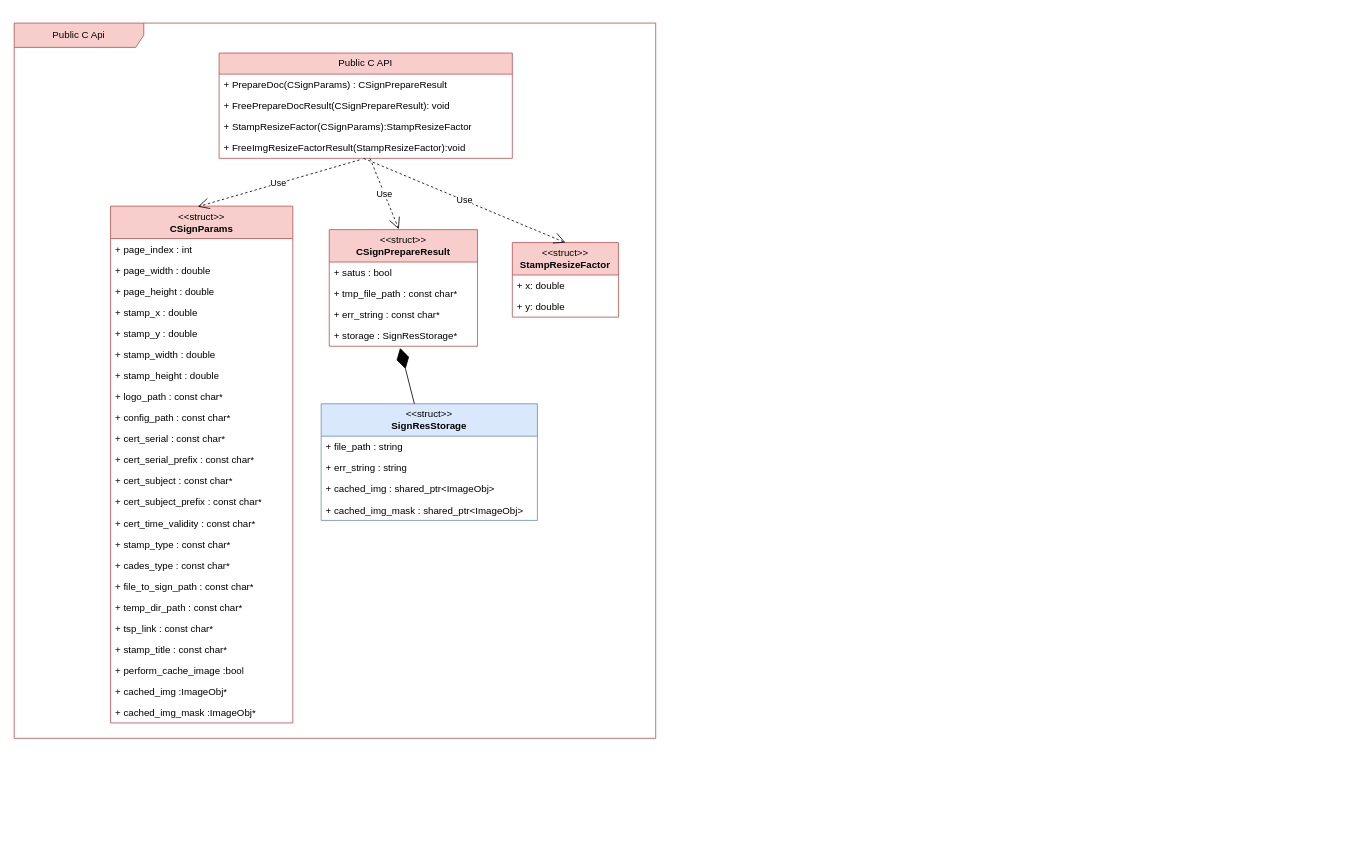
Before: page "PDF Public API" (15 of 17) of basic_struct_draft.drawio in 3036662/pdf_scp, a draw.io diagram. Source tidied: cells renumbered, new cells numbered last; positions are measured from the earlier drawing's top-left corner, leaving out a move shared by most shapes. Both pictures are drawn from the tidied source at 81%, with x=0, y=0 at pixel (14, 23).
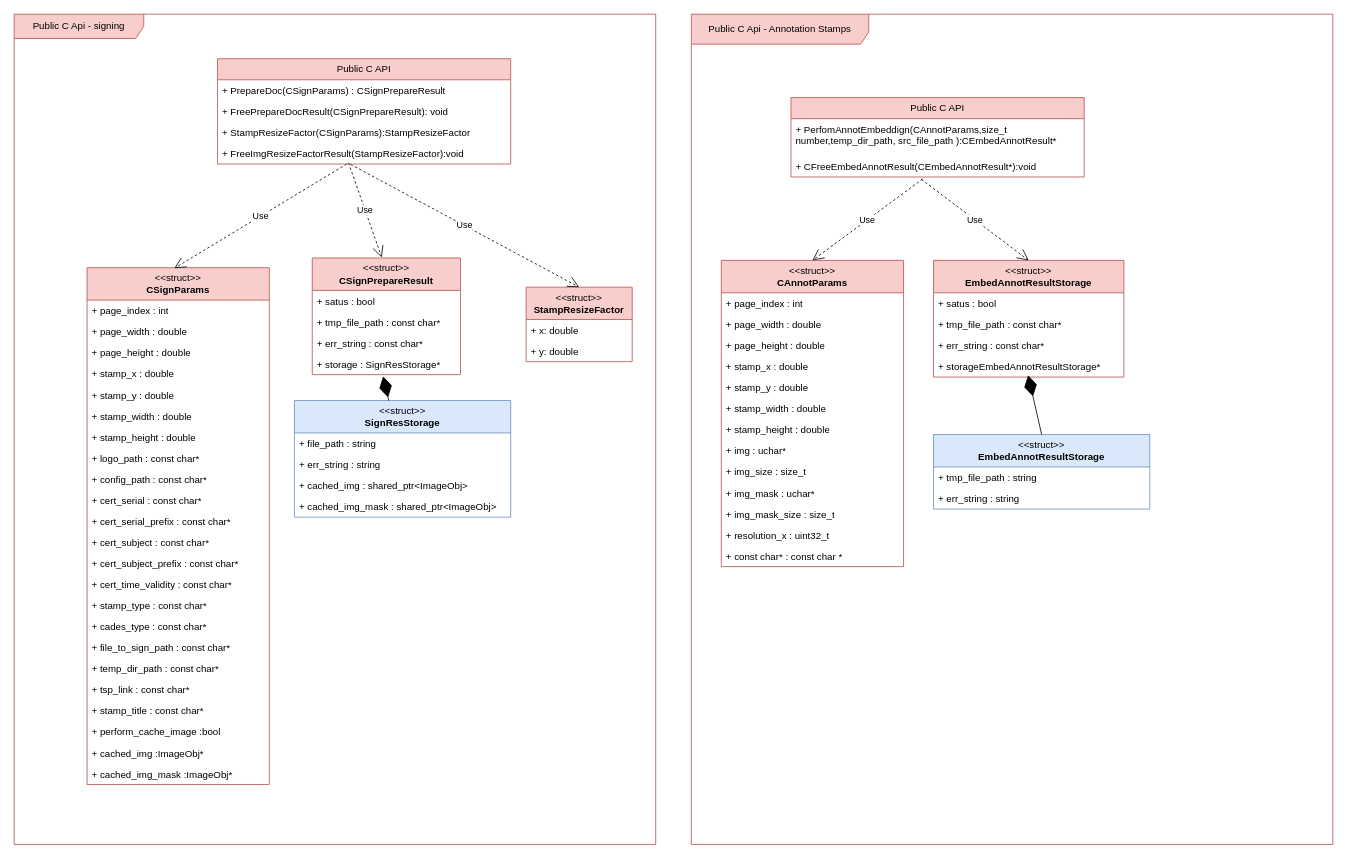
Above is the later version.

Unchanged cells that the change refers to:
```xml
<mxCell id="7" value="+ FreeImgResizeFactorResult(StampResizeFactor):void" style="text;strokeColor=none;fillColor=none;align=left;verticalAlign=top;spacingLeft=4;spacingRight=4;overflow=hidden;points=[[0,0.5],[1,0.5]];portConstraint=eastwest;whiteSpace=wrap;html=1;" parent="3" vertex="1">
  <mxGeometry y="104" width="362" height="26" as="geometry" />
</mxCell>
<mxCell id="36" value="+ storage : SignResStorage*" style="text;strokeColor=none;fillColor=none;align=left;verticalAlign=top;spacingLeft=4;spacingRight=4;overflow=hidden;points=[[0,0.5],[1,0.5]];portConstraint=eastwest;whiteSpace=wrap;html=1;" parent="32" vertex="1">
  <mxGeometry y="118" width="183" height="26" as="geometry" />
</mxCell>
```

Change to the diagram source:
```diff
@@
+    <mxCell id="49" style="group;" parent="1" vertex="1">
+      <mxGeometry y="-11" width="792" height="1025" as="geometry" />
+    </mxCell>
-    <mxCell id="2" value="Public C Api" style="shape=umlFrame;whiteSpace=wrap;html=1;width=160;fillColor=#f8cecc;strokeColor=#b85450;" parent="1" vertex="1">
-      <mxGeometry width="792" height="883" as="geometry" />
+    <mxCell id="2" value="Public C Api - signing" style="shape=umlFrame;whiteSpace=wrap;html=1;width=160;fillColor=#f8cecc;strokeColor=#b85450;" parent="49" vertex="1">
+      <mxGeometry width="792" height="1025" as="geometry" />
     </mxCell>
-    <mxCell id="3" value="Public C API" style="swimlane;fontStyle=0;horizontal=1;startSize=26;fillColor=#f8cecc;whiteSpace=wrap;html=1;strokeColor=#b85450;" parent="2" vertex="1">
-      <mxGeometry x="253" y="37" width="362" height="130" as="geometry" />
+    <mxCell id="3" value="Public C API" style="swimlane;fontStyle=0;horizontal=1;startSize=26;fillColor=#f8cecc;whiteSpace=wrap;html=1;strokeColor=#b85450;" parent="49" vertex="1">
+      <mxGeometry x="251" y="55" width="362" height="130" as="geometry" />
     </mxCell>
@@
-    <mxCell id="8" value="&lt;div&gt;&amp;lt;&amp;lt;struct&amp;gt;&amp;gt;&lt;b&gt;&lt;br&gt;&lt;/b&gt;&lt;/div&gt;&lt;div&gt;&lt;b&gt;CSignParams&lt;/b&gt;&lt;/div&gt;" style="swimlane;fontStyle=0;horizontal=1;startSize=40;fillColor=#f8cecc;whiteSpace=wrap;html=1;strokeColor=#b85450;" parent="2" vertex="1">
-      <mxGeometry x="119" y="226" width="225" height="638" as="geometry" />
+    <mxCell id="8" value="&lt;div&gt;&amp;lt;&amp;lt;struct&amp;gt;&amp;gt;&lt;b&gt;&lt;br&gt;&lt;/b&gt;&lt;/div&gt;&lt;div&gt;&lt;b&gt;CSignParams&lt;/b&gt;&lt;/div&gt;" style="swimlane;fontStyle=0;horizontal=1;startSize=40;fillColor=#f8cecc;whiteSpace=wrap;html=1;strokeColor=#b85450;" parent="49" vertex="1">
+      <mxGeometry x="90" y="313" width="225" height="638" as="geometry" />
     </mxCell>
@@
-    <mxCell id="32" value="&lt;div&gt;&amp;lt;&amp;lt;struct&amp;gt;&amp;gt;&lt;b&gt;&lt;br&gt;&lt;/b&gt;&lt;/div&gt;&lt;div&gt;&lt;b&gt;CSignPrepareResult&lt;/b&gt;&lt;/div&gt;" style="swimlane;fontStyle=0;horizontal=1;startSize=40;fillColor=#f8cecc;whiteSpace=wrap;html=1;strokeColor=#b85450;" parent="2" vertex="1">
-      <mxGeometry x="389" y="255" width="183" height="144" as="geometry" />
+    <mxCell id="32" value="&lt;div&gt;&amp;lt;&amp;lt;struct&amp;gt;&amp;gt;&lt;b&gt;&lt;br&gt;&lt;/b&gt;&lt;/div&gt;&lt;div&gt;&lt;b&gt;CSignPrepareResult&lt;/b&gt;&lt;/div&gt;" style="swimlane;fontStyle=0;horizontal=1;startSize=40;fillColor=#f8cecc;whiteSpace=wrap;html=1;strokeColor=#b85450;" parent="49" vertex="1">
+      <mxGeometry x="368" y="301" width="183" height="144" as="geometry" />
     </mxCell>
@@
-    <mxCell id="37" value="&lt;div&gt;&amp;lt;&amp;lt;struct&amp;gt;&amp;gt;&lt;b&gt;&lt;br&gt;&lt;/b&gt;&lt;/div&gt;&lt;div&gt;&lt;b&gt;SignResStorage&lt;/b&gt;&lt;/div&gt;" style="swimlane;fontStyle=0;horizontal=1;startSize=40;fillColor=#dae8fc;whiteSpace=wrap;html=1;strokeColor=#6c8ebf;" parent="2" vertex="1">
-      <mxGeometry x="379" y="470" width="267" height="144" as="geometry" />
+    <mxCell id="37" value="&lt;div&gt;&amp;lt;&amp;lt;struct&amp;gt;&amp;gt;&lt;b&gt;&lt;br&gt;&lt;/b&gt;&lt;/div&gt;&lt;div&gt;&lt;b&gt;SignResStorage&lt;/b&gt;&lt;/div&gt;" style="swimlane;fontStyle=0;horizontal=1;startSize=40;fillColor=#dae8fc;whiteSpace=wrap;html=1;strokeColor=#6c8ebf;" parent="49" vertex="1">
+      <mxGeometry x="346" y="477" width="267" height="144" as="geometry" />
     </mxCell>
@@
-    <mxCell id="42" style="endArrow=diamondThin;endFill=1;endSize=24;html=1;rounded=0;entryX=0.478;entryY=1.079;entryDx=0;entryDy=0;entryPerimeter=0;" parent="2" edge="1" source="37" target="36">
+    <mxCell id="42" style="endArrow=diamondThin;endFill=1;endSize=24;html=1;rounded=0;entryX=0.478;entryY=1.079;entryDx=0;entryDy=0;entryPerimeter=0;" parent="49" edge="1" source="37" target="36">
       <mxGeometry relative="1" as="geometry" />
     </mxCell>
-    <mxCell id="43" value="&lt;div&gt;&amp;lt;&amp;lt;struct&amp;gt;&amp;gt;&lt;b&gt;&lt;br&gt;&lt;/b&gt;&lt;/div&gt;&lt;div&gt;&lt;b&gt;StampResizeFactor&lt;/b&gt;&lt;/div&gt;" style="swimlane;fontStyle=0;horizontal=1;startSize=40;fillColor=#f8cecc;whiteSpace=wrap;html=1;strokeColor=#b85450;" parent="2" vertex="1">
-      <mxGeometry x="615" y="271" width="131" height="92" as="geometry" />
+    <mxCell id="43" value="&lt;div&gt;&amp;lt;&amp;lt;struct&amp;gt;&amp;gt;&lt;b&gt;&lt;br&gt;&lt;/b&gt;&lt;/div&gt;&lt;div&gt;&lt;b&gt;StampResizeFactor&lt;/b&gt;&lt;/div&gt;" style="swimlane;fontStyle=0;horizontal=1;startSize=40;fillColor=#f8cecc;whiteSpace=wrap;html=1;strokeColor=#b85450;" parent="49" vertex="1">
+      <mxGeometry x="632" y="337" width="131" height="92" as="geometry" />
     </mxCell>
@@
-    <mxCell id="46" value="Use" style="endArrow=open;endSize=12;dashed=1;html=1;rounded=0;exitX=0.479;exitY=1.073;exitDx=0;exitDy=0;exitPerimeter=0;entryX=0.479;entryY=0.001;entryDx=0;entryDy=0;entryPerimeter=0;" parent="2" edge="1" source="7" target="8">
+    <mxCell id="46" value="Use" style="endArrow=open;endSize=12;dashed=1;html=1;rounded=0;entryX=0.479;entryY=0.001;entryDx=0;entryDy=0;entryPerimeter=0;" parent="49" edge="1" source="7" target="8">
       <mxGeometry relative="1" as="geometry" />
     </mxCell>
-    <mxCell id="47" value="Use" style="endArrow=open;endSize=12;dashed=1;html=1;rounded=0;entryX=0.469;entryY=-0.004;entryDx=0;entryDy=0;entryPerimeter=0;" parent="2" edge="1" source="7" target="32">
+    <mxCell id="47" value="Use" style="endArrow=open;endSize=12;dashed=1;html=1;rounded=0;entryX=0.469;entryY=-0.004;entryDx=0;entryDy=0;entryPerimeter=0;exitX=0.447;exitY=0.949;exitDx=0;exitDy=0;exitPerimeter=0;" parent="49" edge="1" source="7" target="32">
       <mxGeometry relative="1" as="geometry" />
     </mxCell>
-    <mxCell id="48" value="Use" style="endArrow=open;endSize=12;dashed=1;html=1;rounded=0;exitX=0.493;exitY=1.001;exitDx=0;exitDy=0;exitPerimeter=0;entryX=0.5;entryY=0;entryDx=0;entryDy=0;" parent="2" edge="1" source="7" target="43">
+    <mxCell id="48" value="Use" style="endArrow=open;endSize=12;dashed=1;html=1;rounded=0;entryX=0.5;entryY=0;entryDx=0;entryDy=0;exitX=0.454;exitY=1.019;exitDx=0;exitDy=0;exitPerimeter=0;" parent="49" edge="1" source="7" target="43">
       <mxGeometry relative="1" as="geometry" />
     </mxCell>
+    <mxCell id="50" style="group;" parent="1" vertex="1">
+      <mxGeometry x="836" y="-11" width="792" height="1025" as="geometry" />
+    </mxCell>
+    <mxCell id="51" value="&lt;div&gt;&amp;lt;&amp;lt;struct&amp;gt;&amp;gt;&lt;b&gt;&lt;br&gt;&lt;/b&gt;&lt;/div&gt;&lt;div&gt;&lt;b&gt;CAnnotParams&lt;/b&gt;&lt;/div&gt;" style="swimlane;fontStyle=0;horizontal=1;startSize=40;fillColor=#f8cecc;whiteSpace=wrap;html=1;strokeColor=#b85450;" parent="50" vertex="1">
+      <mxGeometry x="37" y="304" width="225" height="378" as="geometry" />
+    </mxCell>
+    <mxCell id="52" value="+ page_index : int" style="text;strokeColor=none;fillColor=none;align=left;verticalAlign=top;spacingLeft=4;spacingRight=4;overflow=hidden;whiteSpace=wrap;html=1;" parent="51" vertex="1">
+      <mxGeometry y="40" width="225" height="26" as="geometry" />
+    </mxCell>
+    <mxCell id="53" value="+ page_width : double" style="text;strokeColor=none;fillColor=none;align=left;verticalAlign=top;spacingLeft=4;spacingRight=4;overflow=hidden;whiteSpace=wrap;html=1;" parent="51" vertex="1">
+      <mxGeometry y="66" width="225" height="26" as="geometry" />
+    </mxCell>
+    <mxCell id="54" value="+ page_height : double" style="text;strokeColor=none;fillColor=none;align=left;verticalAlign=top;spacingLeft=4;spacingRight=4;overflow=hidden;whiteSpace=wrap;html=1;" parent="51" vertex="1">
+      <mxGeometry y="92" width="225" height="26" as="geometry" />
+    </mxCell>
+    <mxCell id="55" value="+ stamp_x : double" style="text;strokeColor=none;fillColor=none;align=left;verticalAlign=top;spacingLeft=4;spacingRight=4;overflow=hidden;whiteSpace=wrap;html=1;" parent="51" vertex="1">
+      <mxGeometry y="118" width="225" height="26" as="geometry" />
+    </mxCell>
+    <mxCell id="56" value="+ stamp_y : double" style="text;strokeColor=none;fillColor=none;align=left;verticalAlign=top;spacingLeft=4;spacingRight=4;overflow=hidden;whiteSpace=wrap;html=1;" parent="51" vertex="1">
+      <mxGeometry y="144" width="225" height="26" as="geometry" />
+    </mxCell>
+    <mxCell id="57" value="+ stamp_width : double" style="text;strokeColor=none;fillColor=none;align=left;verticalAlign=top;spacingLeft=4;spacingRight=4;overflow=hidden;whiteSpace=wrap;html=1;" parent="51" vertex="1">
+      <mxGeometry y="170" width="225" height="26" as="geometry" />
+    </mxCell>
+    <mxCell id="58" value="+ stamp_height : double" style="text;strokeColor=none;fillColor=none;align=left;verticalAlign=top;spacingLeft=4;spacingRight=4;overflow=hidden;whiteSpace=wrap;html=1;" parent="51" vertex="1">
+      <mxGeometry y="196" width="225" height="26" as="geometry" />
+    </mxCell>
+    <mxCell id="59" value="+ img : uchar*" style="text;strokeColor=none;fillColor=none;align=left;verticalAlign=top;spacingLeft=4;spacingRight=4;overflow=hidden;whiteSpace=wrap;html=1;" parent="51" vertex="1">
+      <mxGeometry y="222" width="225" height="26" as="geometry" />
+    </mxCell>
+    <mxCell id="60" value="+ img_size : size_t" style="text;strokeColor=none;fillColor=none;align=left;verticalAlign=top;spacingLeft=4;spacingRight=4;overflow=hidden;whiteSpace=wrap;html=1;" parent="51" vertex="1">
+      <mxGeometry y="248" width="225" height="26" as="geometry" />
+    </mxCell>
+    <mxCell id="61" value="+ img_mask : uchar*" style="text;strokeColor=none;fillColor=none;align=left;verticalAlign=top;spacingLeft=4;spacingRight=4;overflow=hidden;whiteSpace=wrap;html=1;" parent="51" vertex="1">
+      <mxGeometry y="274" width="225" height="26" as="geometry" />
+    </mxCell>
+    <mxCell id="62" value="+ img_mask_size : size_t" style="text;strokeColor=none;fillColor=none;align=left;verticalAlign=top;spacingLeft=4;spacingRight=4;overflow=hidden;whiteSpace=wrap;html=1;" parent="51" vertex="1">
+      <mxGeometry y="300" width="225" height="26" as="geometry" />
+    </mxCell>
+    <mxCell id="63" value="+ resolution_x : uint32_t" style="text;strokeColor=none;fillColor=none;align=left;verticalAlign=top;spacingLeft=4;spacingRight=4;overflow=hidden;whiteSpace=wrap;html=1;" parent="51" vertex="1">
+      <mxGeometry y="326" width="225" height="26" as="geometry" />
+    </mxCell>
+    <mxCell id="64" value="+ const char* : const char *" style="text;strokeColor=none;fillColor=none;align=left;verticalAlign=top;spacingLeft=4;spacingRight=4;overflow=hidden;whiteSpace=wrap;html=1;" parent="51" vertex="1">
+      <mxGeometry y="352" width="225" height="26" as="geometry" />
+    </mxCell>
+    <mxCell id="65" value="&lt;div&gt;&amp;lt;&amp;lt;struct&amp;gt;&amp;gt;&lt;b&gt;&lt;br&gt;&lt;/b&gt;&lt;/div&gt;&lt;div&gt;&lt;b&gt;EmbedAnnotResultStorage&lt;/b&gt;&lt;/div&gt;" style="swimlane;fontStyle=0;horizontal=1;startSize=40;fillColor=#f8cecc;whiteSpace=wrap;html=1;strokeColor=#b85450;" parent="50" vertex="1">
+      <mxGeometry x="299" y="304" width="235" height="144" as="geometry" />
+    </mxCell>
+    <mxCell id="66" value="+ satus : bool" style="text;strokeColor=none;fillColor=none;align=left;verticalAlign=top;spacingLeft=4;spacingRight=4;overflow=hidden;whiteSpace=wrap;html=1;" parent="65" vertex="1">
+      <mxGeometry y="40" width="235" height="26" as="geometry" />
+    </mxCell>
+    <mxCell id="67" value="+ tmp_file_path : const char*" style="text;strokeColor=none;fillColor=none;align=left;verticalAlign=top;spacingLeft=4;spacingRight=4;overflow=hidden;whiteSpace=wrap;html=1;" parent="65" vertex="1">
+      <mxGeometry y="66" width="235" height="26" as="geometry" />
+    </mxCell>
+    <mxCell id="68" value="+ err_string : const char*" style="text;strokeColor=none;fillColor=none;align=left;verticalAlign=top;spacingLeft=4;spacingRight=4;overflow=hidden;whiteSpace=wrap;html=1;" parent="65" vertex="1">
+      <mxGeometry y="92" width="235" height="26" as="geometry" />
+    </mxCell>
+    <mxCell id="69" value="+ storageEmbedAnnotResultStorage*" style="text;strokeColor=none;fillColor=none;align=left;verticalAlign=top;spacingLeft=4;spacingRight=4;overflow=hidden;points=[[0,0.5],[1,0.5]];portConstraint=eastwest;whiteSpace=wrap;html=1;" parent="65" vertex="1">
+      <mxGeometry y="118" width="235" height="26" as="geometry" />
+    </mxCell>
+    <mxCell id="70" value="&lt;div&gt;&amp;lt;&amp;lt;struct&amp;gt;&amp;gt;&lt;b&gt;&lt;br&gt;&lt;/b&gt;&lt;/div&gt;&lt;div&gt;&lt;b&gt;EmbedAnnotResultStorage&lt;/b&gt;&lt;/div&gt;" style="swimlane;fontStyle=0;horizontal=1;startSize=40;fillColor=#dae8fc;whiteSpace=wrap;html=1;strokeColor=#6c8ebf;" parent="50" vertex="1">
+      <mxGeometry x="299" y="519" width="267" height="92" as="geometry" />
+    </mxCell>
+    <mxCell id="71" value="+ tmp_file_path : string" style="text;strokeColor=none;fillColor=none;align=left;verticalAlign=top;spacingLeft=4;spacingRight=4;overflow=hidden;whiteSpace=wrap;html=1;" parent="70" vertex="1">
+      <mxGeometry y="40" width="267" height="26" as="geometry" />
+    </mxCell>
+    <mxCell id="72" value="+ err_string : string" style="text;strokeColor=none;fillColor=none;align=left;verticalAlign=top;spacingLeft=4;spacingRight=4;overflow=hidden;whiteSpace=wrap;html=1;" parent="70" vertex="1">
+      <mxGeometry y="66" width="267" height="26" as="geometry" />
+    </mxCell>
+    <mxCell id="73" style="endArrow=diamondThin;endFill=1;endSize=24;html=1;rounded=0;entryX=0.497;entryY=0.912;entryDx=0;entryDy=0;entryPerimeter=0;exitX=0.5;exitY=0;exitDx=0;exitDy=0;" parent="50" edge="1" source="70" target="69">
+      <mxGeometry relative="1" as="geometry" />
+    </mxCell>
+    <mxCell id="74" value="Public C API" style="swimlane;fontStyle=0;horizontal=1;startSize=26;fillColor=#f8cecc;whiteSpace=wrap;html=1;strokeColor=#b85450;" parent="50" vertex="1">
+      <mxGeometry x="123" y="103" width="362" height="98" as="geometry" />
+    </mxCell>
+    <mxCell id="75" value="+ PerfomAnnotEmbeddign(CAnnotParams,size_t number,temp_dir_path, src_file_path ):CEmbedAnnotResult*" style="text;strokeColor=none;fillColor=none;align=left;verticalAlign=top;spacingLeft=4;spacingRight=4;overflow=hidden;whiteSpace=wrap;html=1;" parent="74" vertex="1">
+      <mxGeometry y="26" width="362" height="46" as="geometry" />
+    </mxCell>
+    <mxCell id="76" value="+ CFreeEmbedAnnotResult(CEmbedAnnotResult*):void" style="text;strokeColor=none;fillColor=none;align=left;verticalAlign=top;spacingLeft=4;spacingRight=4;overflow=hidden;points=[[0,0.5],[1,0.5]];portConstraint=eastwest;whiteSpace=wrap;html=1;" parent="74" vertex="1">
+      <mxGeometry y="72" width="362" height="26" as="geometry" />
+    </mxCell>
+    <mxCell id="77" value="Use" style="endArrow=open;endSize=12;dashed=1;html=1;rounded=0;exitX=0.445;exitY=1.115;exitDx=0;exitDy=0;exitPerimeter=0;entryX=0.5;entryY=0;entryDx=0;entryDy=0;" parent="50" edge="1" source="76" target="65">
+      <mxGeometry relative="1" as="geometry" />
+    </mxCell>
+    <mxCell id="78" value="Use" style="endArrow=open;endSize=12;dashed=1;html=1;rounded=0;exitX=0.449;exitY=1.096;exitDx=0;exitDy=0;exitPerimeter=0;entryX=0.5;entryY=0;entryDx=0;entryDy=0;" parent="50" edge="1" source="76" target="51">
+      <mxGeometry relative="1" as="geometry" />
+    </mxCell>
+    <mxCell id="79" value="Public C Api - Annotation Stamps" style="shape=umlFrame;whiteSpace=wrap;html=1;width=219;fillColor=#f8cecc;strokeColor=#b85450;height=37;" parent="50" vertex="1">
+      <mxGeometry width="792" height="1025" as="geometry" />
+    </mxCell>
```
